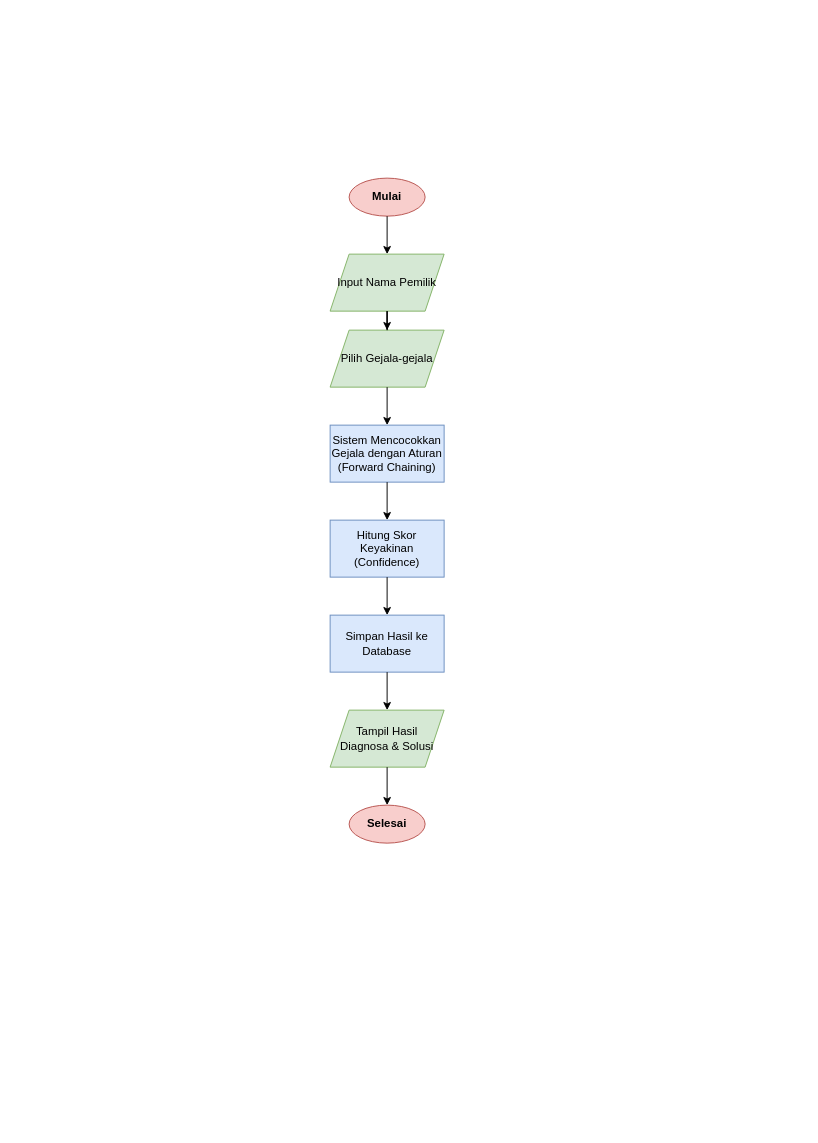
Before: diagram/flowchart/konsultasi.drawio in Jinsky/Jinsky, a draw.io diagram. Source tidied: cells renumbered, new cells numbered last; positions are measured from the earlier drawing's top-left corner, leaving out a move shared by most shapes. Both pictures are drawn from the tidied source at 95%, with x=0, y=0 at pixel (330, 178).
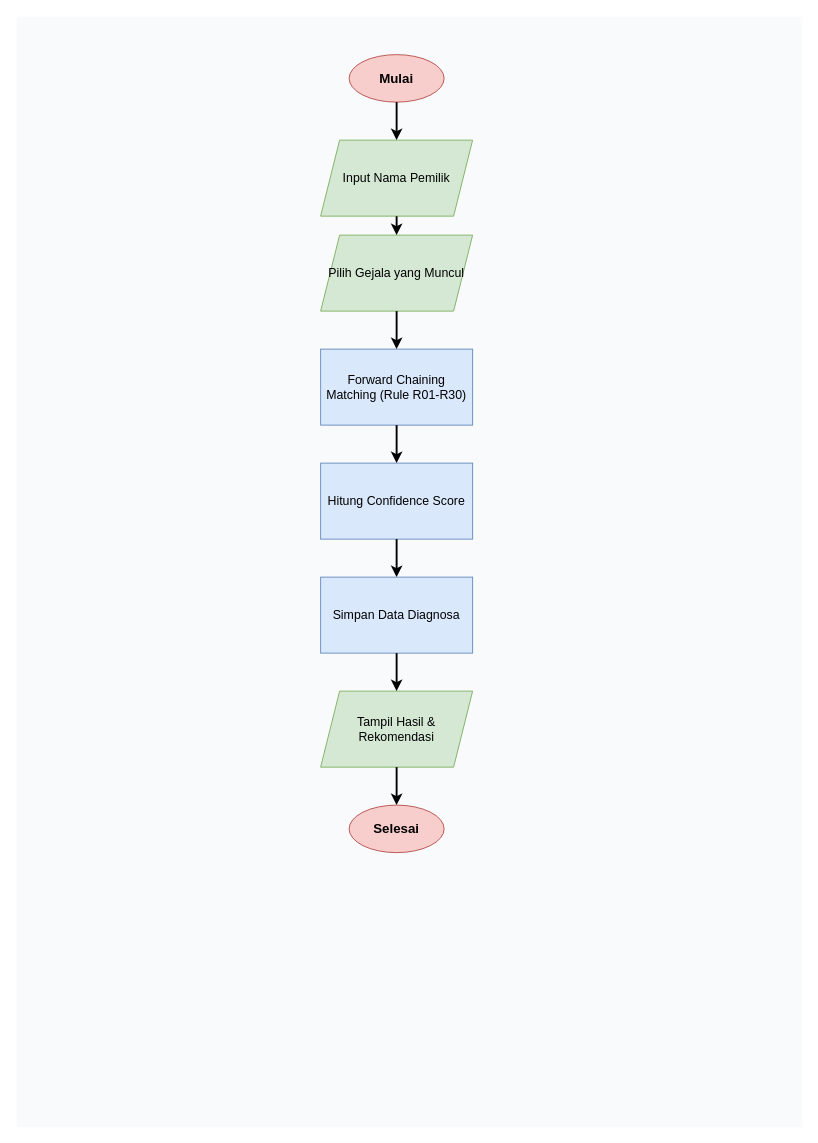
Above is the later version.

Change to the diagram source:
```diff
@@
 <mxGraphModel>
   <root>
     <mxCell id="0" />
     <mxCell id="1" parent="0" />
-    <mxCell id="2" value="Mulai" style="ellipse;whiteSpace=wrap;html=1;fillColor=#f8cecc;strokeColor=#b85450;fontStyle=1;" parent="1" vertex="1">
-      <mxGeometry x="20" width="80" height="40" as="geometry" />
-    </mxCell>
-    <mxCell id="3" value="Input Nama Pemilik" style="shape=parallelogram;perimeter=parallelogramPerimeter;whiteSpace=wrap;html=1;fixedSize=1;fillColor=#d5e8d4;strokeColor=#82b366;" parent="1" vertex="1">
-      <mxGeometry y="80" width="120" height="60" as="geometry" />
-    </mxCell>
-    <mxCell id="4" value="Pilih Gejala-gejala" style="shape=parallelogram;perimeter=parallelogramPerimeter;whiteSpace=wrap;html=1;fixedSize=1;fillColor=#d5e8d4;strokeColor=#82b366;" parent="1" vertex="1">
-      <mxGeometry y="160" width="120" height="60" as="geometry" />
-    </mxCell>
-    <mxCell id="5" value="Sistem Mencocokkan Gejala dengan Aturan (Forward Chaining)" style="rounded=0;whiteSpace=wrap;html=1;fillColor=#dae8fc;strokeColor=#6c8ebf;" parent="1" vertex="1">
-      <mxGeometry y="260" width="120" height="60" as="geometry" />
-    </mxCell>
-    <mxCell id="6" value="Hitung Skor Keyakinan (Confidence)" style="rounded=0;whiteSpace=wrap;html=1;fillColor=#dae8fc;strokeColor=#6c8ebf;" parent="1" vertex="1">
-      <mxGeometry y="360" width="120" height="60" as="geometry" />
-    </mxCell>
-    <mxCell id="7" value="Simpan Hasil ke Database" style="rounded=0;whiteSpace=wrap;html=1;fillColor=#dae8fc;strokeColor=#6c8ebf;" parent="1" vertex="1">
-      <mxGeometry y="460" width="120" height="60" as="geometry" />
-    </mxCell>
-    <mxCell id="8" value="Tampil Hasil Diagnosa &amp; Solusi" style="shape=parallelogram;perimeter=parallelogramPerimeter;whiteSpace=wrap;html=1;fixedSize=1;fillColor=#d5e8d4;strokeColor=#82b366;" parent="1" vertex="1">
-      <mxGeometry y="560" width="120" height="60" as="geometry" />
-    </mxCell>
-    <mxCell id="9" value="Selesai" style="ellipse;whiteSpace=wrap;html=1;fillColor=#f8cecc;strokeColor=#b85450;fontStyle=1;" parent="1" vertex="1">
-      <mxGeometry x="20" y="660" width="80" height="40" as="geometry" />
-    </mxCell>
-    <mxCell id="10" style="edgeStyle=orthogonalEdgeStyle;rounded=0;jettySize=auto;html=1;" parent="1" edge="1" source="2" target="3">
-      <mxGeometry relative="1" as="geometry" />
-    </mxCell>
-    <mxCell id="11" style="edgeStyle=orthogonalEdgeStyle;rounded=0;jettySize=auto;html=1;" parent="1" edge="1" source="3" target="4">
-      <mxGeometry relative="1" as="geometry" />
-    </mxCell>
+    <mxCell id="17" style="rounded=0;whiteSpace=wrap;html=1;fillColor=#f8fafc;strokeColor=none;" parent="1" vertex="1">
+      <mxGeometry x="-330" y="-170" width="827" height="1169" as="geometry" />
+    </mxCell>
-    <mxCell id="12" style="edgeStyle=orthogonalEdgeStyle;rounded=0;jettySize=auto;html=1;" parent="1" edge="1" source="4" target="5">
-      <mxGeometry relative="1" as="geometry" />
+    <mxCell id="12" value="Mulai" style="ellipse;whiteSpace=wrap;html=1;fillColor=#f8cecc;strokeColor=#b85450;fontStyle=1;fontSize=14;" parent="1" vertex="1">
+      <mxGeometry x="20" y="-130" width="100" height="50" as="geometry" />
     </mxCell>
-    <mxCell id="13" style="edgeStyle=orthogonalEdgeStyle;rounded=0;jettySize=auto;html=1;" parent="1" edge="1" source="5" target="6">
-      <mxGeometry relative="1" as="geometry" />
+    <mxCell id="13" value="Input Nama Pemilik" style="shape=parallelogram;perimeter=parallelogramPerimeter;whiteSpace=wrap;html=1;fixedSize=1;fillColor=#d5e8d4;strokeColor=#82b366;fontSize=13;" parent="1" vertex="1">
+      <mxGeometry x="-10" y="-40" width="160" height="80" as="geometry" />
     </mxCell>
-    <mxCell id="14" style="edgeStyle=orthogonalEdgeStyle;rounded=0;jettySize=auto;html=1;" parent="1" edge="1" source="6" target="7">
-      <mxGeometry relative="1" as="geometry" />
+    <mxCell id="14" value="Pilih Gejala yang Muncul" style="shape=parallelogram;perimeter=parallelogramPerimeter;whiteSpace=wrap;html=1;fixedSize=1;fillColor=#d5e8d4;strokeColor=#82b366;fontSize=13;" parent="1" vertex="1">
+      <mxGeometry x="-10" y="60" width="160" height="80" as="geometry" />
     </mxCell>
-    <mxCell id="15" style="edgeStyle=orthogonalEdgeStyle;rounded=0;jettySize=auto;html=1;" parent="1" edge="1" source="7" target="8">
-      <mxGeometry relative="1" as="geometry" />
+    <mxCell id="15" value="Forward Chaining Matching (Rule R01-R30)" style="rounded=0;whiteSpace=wrap;html=1;fillColor=#dae8fc;strokeColor=#6c8ebf;fontSize=13;" parent="1" vertex="1">
+      <mxGeometry x="-10" y="180" width="160" height="80" as="geometry" />
     </mxCell>
-    <mxCell id="16" style="edgeStyle=orthogonalEdgeStyle;rounded=0;jettySize=auto;html=1;" parent="1" edge="1" source="8" target="9">
-      <mxGeometry relative="1" as="geometry" />
+    <mxCell id="16" value="Hitung Confidence Score" style="rounded=0;whiteSpace=wrap;html=1;fillColor=#dae8fc;strokeColor=#6c8ebf;fontSize=13;" parent="1" vertex="1">
+      <mxGeometry x="-10" y="300" width="160" height="80" as="geometry" />
     </mxCell>
+    <mxCell id="18" value="Simpan Data Diagnosa" style="rounded=0;whiteSpace=wrap;html=1;fillColor=#dae8fc;strokeColor=#6c8ebf;fontSize=13;" parent="1" vertex="1">
+      <mxGeometry x="-10" y="420" width="160" height="80" as="geometry" />
+    </mxCell>
+    <mxCell id="19" value="Tampil Hasil &amp; Rekomendasi" style="shape=parallelogram;perimeter=parallelogramPerimeter;whiteSpace=wrap;html=1;fixedSize=1;fillColor=#d5e8d4;strokeColor=#82b366;fontSize=13;" parent="1" vertex="1">
+      <mxGeometry x="-10" y="540" width="160" height="80" as="geometry" />
+    </mxCell>
+    <mxCell id="9" value="Selesai" style="ellipse;whiteSpace=wrap;html=1;fillColor=#f8cecc;strokeColor=#b85450;fontStyle=1;fontSize=14;" parent="1" vertex="1">
+      <mxGeometry x="20" y="660" width="100" height="50" as="geometry" />
+    </mxCell>
+    <mxCell id="20" style="edgeStyle=orthogonalEdgeStyle;rounded=1;jettySize=auto;html=1;strokeWidth=2;fontSize=11;" parent="1" edge="1" source="12" target="13">
+      <mxGeometry relative="1" as="geometry" />
+    </mxCell>
+    <mxCell id="21" style="edgeStyle=orthogonalEdgeStyle;rounded=1;jettySize=auto;html=1;strokeWidth=2;fontSize=11;" parent="1" edge="1" source="13" target="14">
+      <mxGeometry relative="1" as="geometry" />
+    </mxCell>
+    <mxCell id="22" style="edgeStyle=orthogonalEdgeStyle;rounded=1;jettySize=auto;html=1;strokeWidth=2;fontSize=11;" parent="1" edge="1" source="14" target="15">
+      <mxGeometry relative="1" as="geometry" />
+    </mxCell>
+    <mxCell id="23" style="edgeStyle=orthogonalEdgeStyle;rounded=1;jettySize=auto;html=1;strokeWidth=2;fontSize=11;" parent="1" edge="1" source="15" target="16">
+      <mxGeometry relative="1" as="geometry" />
+    </mxCell>
+    <mxCell id="24" style="edgeStyle=orthogonalEdgeStyle;rounded=1;jettySize=auto;html=1;strokeWidth=2;fontSize=11;" parent="1" edge="1" source="16" target="18">
+      <mxGeometry relative="1" as="geometry" />
+    </mxCell>
+    <mxCell id="25" style="edgeStyle=orthogonalEdgeStyle;rounded=1;jettySize=auto;html=1;strokeWidth=2;fontSize=11;" parent="1" edge="1" source="18" target="19">
+      <mxGeometry relative="1" as="geometry" />
+    </mxCell>
+    <mxCell id="26" style="edgeStyle=orthogonalEdgeStyle;rounded=1;jettySize=auto;html=1;strokeWidth=2;fontSize=11;" parent="1" edge="1" source="19" target="9">
+      <mxGeometry relative="1" as="geometry" />
+    </mxCell>
   </root>
 </mxGraphModel>
```
